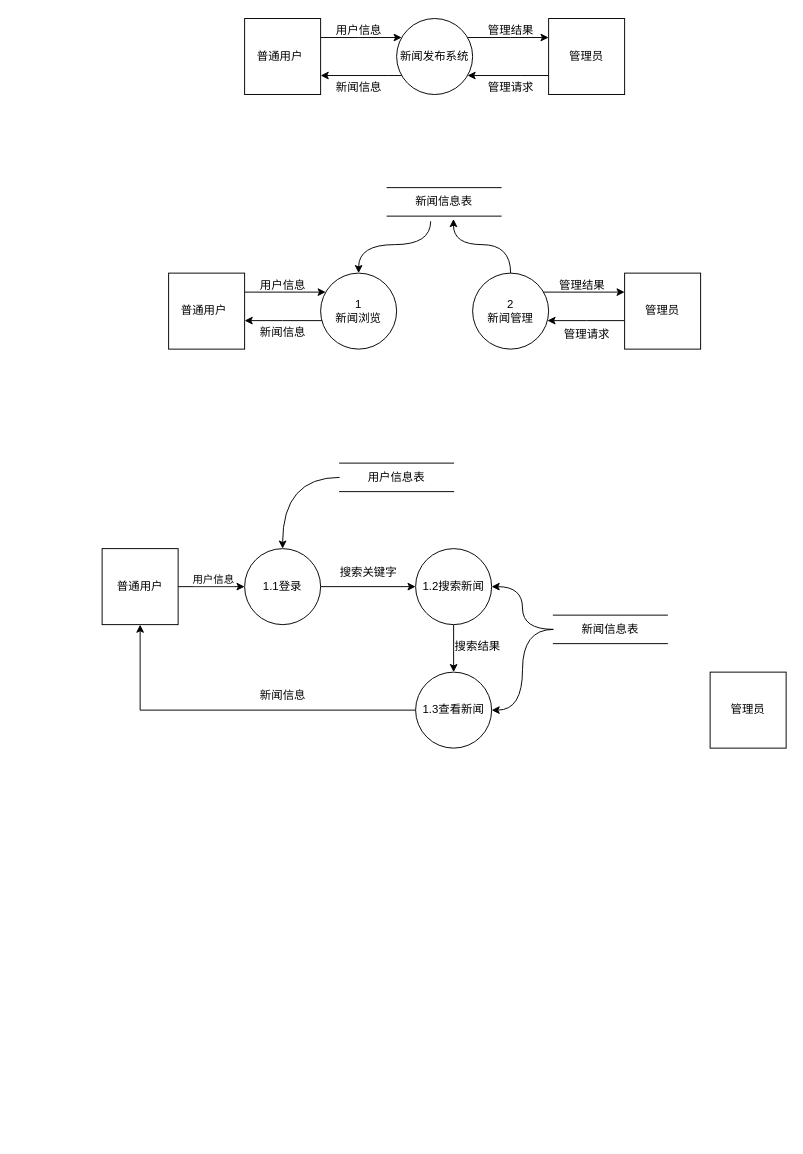
This is 新闻发布系统数据流图.drawio from goodname01/0827, a draw.io file, before an edit. Source tidied: cells renumbered, new cells numbered last; positions are measured from the earlier drawing's top-left corner, leaving out a move shared by most shapes. Both pictures are drawn from the tidied source at 95%, with x=0, y=0 at pixel (102, 16).
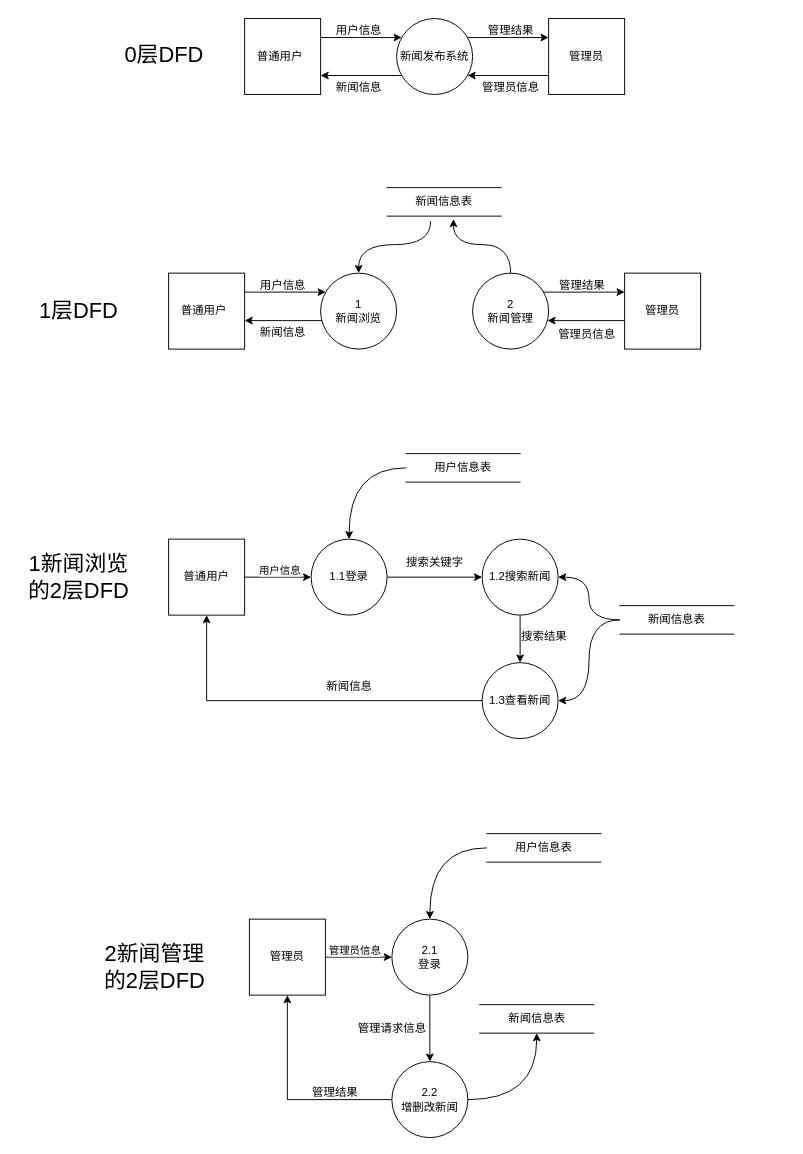
After the change.

Commit message (it also covers changes not shown here):
更新新闻发布系统数据流图.drawio

Diff of the diagram source:
```diff
@@
-    <mxCell id="12" value="管理请求" style="text;html=1;align=center;verticalAlign=middle;strokeColor=none;fillColor=none;" parent="1" vertex="1">
-      <mxGeometry x="395" y="60" width="70" height="30" as="geometry" />
+    <mxCell id="12" value="管理员信息" style="text;html=1;align=center;verticalAlign=middle;strokeColor=none;fillColor=none;" parent="1" vertex="1">
+      <mxGeometry x="390" y="60" width="80" height="30" as="geometry" />
     </mxCell>
@@
-    <mxCell id="25" value="管理请求" style="text;html=1;align=center;verticalAlign=middle;strokeColor=none;fillColor=none;" parent="1" vertex="1">
-      <mxGeometry x="475" y="320" width="70" height="30" as="geometry" />
+    <mxCell id="25" value="管理员信息" style="text;html=1;align=center;verticalAlign=middle;strokeColor=none;fillColor=none;" parent="1" vertex="1">
+      <mxGeometry x="470" y="320" width="80" height="30" as="geometry" />
     </mxCell>
@@
     <mxCell id="30" value="普通用户" style="whiteSpace=wrap;html=1;" parent="1" vertex="1">
-      <mxGeometry y="560" width="80" height="80" as="geometry" />
+      <mxGeometry x="70" y="550" width="80" height="80" as="geometry" />
     </mxCell>
@@
     <mxCell id="32" value="1.1登录" style="ellipse;whiteSpace=wrap;html=1;" parent="1" vertex="1">
-      <mxGeometry x="150" y="560" width="80" height="80" as="geometry" />
+      <mxGeometry x="220" y="550" width="80" height="80" as="geometry" />
     </mxCell>
@@
     <mxCell id="34" value="用户信息表" style="shape=partialRectangle;whiteSpace=wrap;html=1;left=0;right=0;fillColor=none;" parent="1" vertex="1">
-      <mxGeometry x="250" y="470" width="120" height="30" as="geometry" />
+      <mxGeometry x="320" y="460" width="120" height="30" as="geometry" />
     </mxCell>
@@
     <mxCell id="36" value="1.2搜索新闻" style="ellipse;whiteSpace=wrap;html=1;" parent="1" vertex="1">
-      <mxGeometry x="330" y="560" width="80" height="80" as="geometry" />
+      <mxGeometry x="400" y="550" width="80" height="80" as="geometry" />
     </mxCell>
     <mxCell id="37" value="搜索关键字" style="text;html=1;align=center;verticalAlign=middle;strokeColor=none;fillColor=none;" parent="1" vertex="1">
-      <mxGeometry x="240" y="570" width="80" height="30" as="geometry" />
+      <mxGeometry x="310" y="560" width="80" height="30" as="geometry" />
     </mxCell>
@@
     <mxCell id="40" value="新闻信息表" style="shape=partialRectangle;whiteSpace=wrap;html=1;left=0;right=0;fillColor=none;" parent="1" vertex="1">
-      <mxGeometry x="475" y="630" width="120" height="30" as="geometry" />
+      <mxGeometry x="545" y="620" width="120" height="30" as="geometry" />
     </mxCell>
-    <mxCell id="41" value="管理员" style="whiteSpace=wrap;html=1;" parent="1" vertex="1">
-      <mxGeometry x="640" y="690" width="80" height="80" as="geometry" />
-    </mxCell>
     <mxCell id="42" value="新闻信息" style="text;html=1;align=center;verticalAlign=middle;strokeColor=none;fillColor=none;" parent="1" vertex="1">
-      <mxGeometry x="155" y="700" width="70" height="30" as="geometry" />
+      <mxGeometry x="225" y="690" width="70" height="30" as="geometry" />
     </mxCell>
@@
     <mxCell id="44" value="1.3查看新闻" style="ellipse;whiteSpace=wrap;html=1;" parent="1" vertex="1">
-      <mxGeometry x="330" y="690" width="80" height="80" as="geometry" />
+      <mxGeometry x="400" y="680" width="80" height="80" as="geometry" />
     </mxCell>
     <mxCell id="45" value="搜索结果" style="text;html=1;align=center;verticalAlign=middle;strokeColor=none;fillColor=none;" parent="1" vertex="1">
-      <mxGeometry x="360" y="648" width="70" height="30" as="geometry" />
+      <mxGeometry x="430" y="638" width="70" height="30" as="geometry" />
     </mxCell>
+    <mxCell id="46" style="edgeStyle=orthogonalEdgeStyle;rounded=0;jettySize=auto;html=1;" parent="1" edge="1" source="41" target="49">
+      <mxGeometry relative="1" as="geometry" />
+    </mxCell>
+    <mxCell id="47" value="管理员信息" style="edgeLabel;html=1;align=center;verticalAlign=middle;" parent="46" vertex="1">
+      <mxGeometry x="0.03" y="8" relative="1" as="geometry">
+        <mxPoint x="-6" as="offset" />
+      </mxGeometry>
+    </mxCell>
+    <mxCell id="41" value="管理员" style="whiteSpace=wrap;html=1;" parent="1" vertex="1">
+      <mxGeometry x="155" y="950" width="80" height="80" as="geometry" />
+    </mxCell>
+    <mxCell id="48" style="edgeStyle=orthogonalEdgeStyle;rounded=0;jettySize=auto;html=1;" parent="1" edge="1" source="49" target="54">
+      <mxGeometry relative="1" as="geometry" />
+    </mxCell>
+    <mxCell id="49" value="2.1&lt;br&gt;登录" style="ellipse;whiteSpace=wrap;html=1;" parent="1" vertex="1">
+      <mxGeometry x="305" y="950" width="80" height="80" as="geometry" />
+    </mxCell>
+    <mxCell id="50" style="edgeStyle=orthogonalEdgeStyle;rounded=0;jettySize=auto;html=1;curved=1;" parent="1" edge="1" source="51" target="49">
+      <mxGeometry relative="1" as="geometry" />
+    </mxCell>
+    <mxCell id="51" value="用户信息表" style="shape=partialRectangle;whiteSpace=wrap;html=1;left=0;right=0;fillColor=none;" parent="1" vertex="1">
+      <mxGeometry x="405" y="860" width="120" height="30" as="geometry" />
+    </mxCell>
+    <mxCell id="52" style="edgeStyle=orthogonalEdgeStyle;rounded=0;jettySize=auto;html=1;curved=1;" parent="1" edge="1" source="54" target="56">
+      <mxGeometry relative="1" as="geometry" />
+    </mxCell>
+    <mxCell id="53" style="edgeStyle=orthogonalEdgeStyle;rounded=0;jettySize=auto;html=1;entryX=0.5;entryY=1;entryDx=0;entryDy=0;" parent="1" edge="1" source="54" target="41">
+      <mxGeometry relative="1" as="geometry" />
+    </mxCell>
+    <mxCell id="54" value="2.2&lt;br&gt;增删改新闻" style="ellipse;whiteSpace=wrap;html=1;" parent="1" vertex="1">
+      <mxGeometry x="305" y="1100" width="80" height="80" as="geometry" />
+    </mxCell>
+    <mxCell id="55" value="管理请求信息" style="text;html=1;align=center;verticalAlign=middle;strokeColor=none;fillColor=none;" parent="1" vertex="1">
+      <mxGeometry x="255" y="1050" width="100" height="30" as="geometry" />
+    </mxCell>
+    <mxCell id="56" value="新闻信息表" style="shape=partialRectangle;whiteSpace=wrap;html=1;left=0;right=0;fillColor=none;" parent="1" vertex="1">
+      <mxGeometry x="397.5" y="1040" width="120" height="30" as="geometry" />
+    </mxCell>
+    <mxCell id="57" value="管理结果" style="text;html=1;align=center;verticalAlign=middle;strokeColor=none;fillColor=none;" parent="1" vertex="1">
+      <mxGeometry x="210" y="1118" width="70" height="30" as="geometry" />
+    </mxCell>
+    <mxCell id="58" value="&lt;font style=&quot;font-size: 23px;&quot;&gt;0层DFD&lt;/font&gt;" style="text;html=1;align=center;verticalAlign=middle;strokeColor=none;fillColor=none;" parent="1" vertex="1">
+      <mxGeometry x="10" y="20" width="110" height="40" as="geometry" />
+    </mxCell>
+    <mxCell id="59" value="&lt;font style=&quot;font-size: 23px;&quot;&gt;1层DFD&lt;/font&gt;" style="text;html=1;align=center;verticalAlign=middle;strokeColor=none;fillColor=none;" parent="1" vertex="1">
+      <mxGeometry x="-80" y="290" width="110" height="40" as="geometry" />
+    </mxCell>
+    <mxCell id="60" value="&lt;font style=&quot;font-size: 23px;&quot;&gt;1新闻浏览&lt;br&gt;的2层DFD&lt;/font&gt;" style="text;html=1;align=center;verticalAlign=middle;strokeColor=none;fillColor=none;" parent="1" vertex="1">
+      <mxGeometry x="-90" y="555" width="130" height="70" as="geometry" />
+    </mxCell>
+    <mxCell id="61" value="&lt;font style=&quot;font-size: 23px;&quot;&gt;2新闻管理&lt;br&gt;的2层DFD&lt;/font&gt;" style="text;html=1;align=center;verticalAlign=middle;strokeColor=none;fillColor=none;" parent="1" vertex="1">
+      <mxGeometry x="-10" y="966" width="130" height="70" as="geometry" />
+    </mxCell>
```
